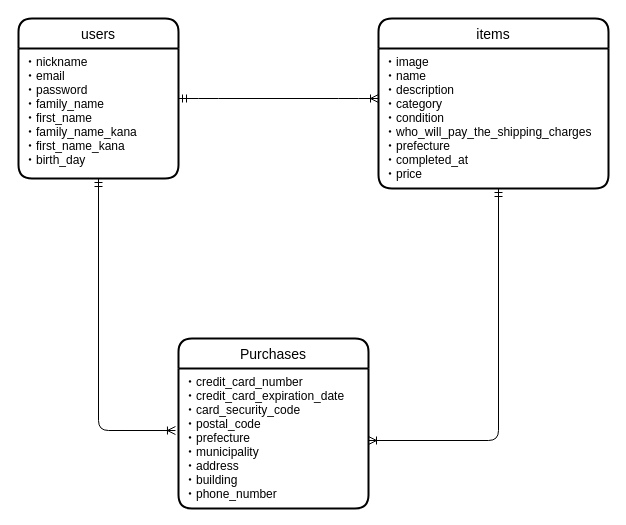
Above: app/views/furima-31519.dio in takuya20201003/furima-31519 (draw.io), before the change. Source tidied: cells renumbered, new cells numbered last; positions are measured from the earlier drawing's top-left corner, leaving out a move shared by most shapes. Both pictures are drawn from the tidied source at 100%, with x=0, y=0 at pixel (18, 18).
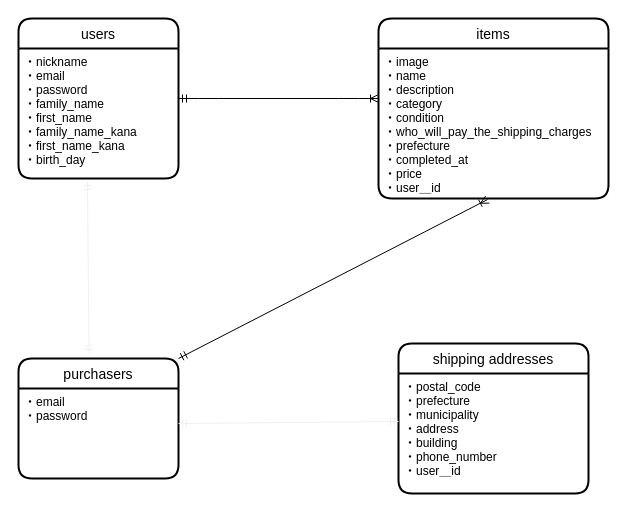
After the change.

The edit, as a diff of the source:
```diff
@@
 <mxGraphModel>
   <root>
     <mxCell id="0" />
     <mxCell id="1" parent="0" />
     <mxCell id="2" value="users" style="swimlane;horizontal=1;startSize=30;rounded=1;fontSize=14;fontStyle=0;strokeWidth=2;shadow=0;dashed=0;align=center;" parent="1" vertex="1">
       <mxGeometry width="160" height="160" as="geometry" />
     </mxCell>
     <mxCell id="3" value="・nickname&#10;・email&#10;・password&#10;・family_name&#10;・first_name&#10;・family_name_kana&#10;・first_name_kana&#10;・birth_day" style="align=left;strokeColor=none;fillColor=none;spacingLeft=4;fontSize=12;verticalAlign=top;" parent="2" vertex="1">
       <mxGeometry y="30" width="160" height="130" as="geometry" />
     </mxCell>
     <mxCell id="4" value="items" style="swimlane;horizontal=1;startSize=30;rounded=1;fontSize=14;fontStyle=0;strokeWidth=2;shadow=0;dashed=0;align=center;" parent="1" vertex="1">
-      <mxGeometry x="360" width="230" height="170" as="geometry" />
+      <mxGeometry x="360" width="230" height="180" as="geometry" />
     </mxCell>
-    <mxCell id="5" value="・image&#10;・name&#10;・description&#10;・category&#10;・condition&#10;・who_will_pay_the_shipping_charges&#10;・prefecture&#10;・completed_at&#10;・price&#10;&#10;&#10;&#10;" style="align=left;strokeColor=none;fillColor=none;spacingLeft=4;fontSize=12;verticalAlign=top;" parent="4" vertex="1">
-      <mxGeometry y="30" width="230" height="140" as="geometry" />
+    <mxCell id="5" value="・image&#10;・name&#10;・description&#10;・category&#10;・condition&#10;・who_will_pay_the_shipping_charges&#10;・prefecture&#10;・completed_at&#10;・price&#10;・user＿id&#10;&#10;&#10;&#10;" style="align=left;strokeColor=none;fillColor=none;spacingLeft=4;fontSize=12;verticalAlign=top;" parent="4" vertex="1">
+      <mxGeometry y="30" width="230" height="150" as="geometry" />
     </mxCell>
-    <mxCell id="6" value="Purchases" style="swimlane;horizontal=1;startSize=30;rounded=1;fontSize=14;fontStyle=0;strokeWidth=2;shadow=0;dashed=0;align=center;" parent="1" vertex="1">
-      <mxGeometry x="160" y="320" width="190" height="170" as="geometry" />
+    <mxCell id="6" value="shipping addresses" style="swimlane;horizontal=1;startSize=30;rounded=1;fontSize=14;fontStyle=0;strokeWidth=2;shadow=0;dashed=0;align=center;" parent="1" vertex="1">
+      <mxGeometry x="380" y="325" width="190" height="150" as="geometry" />
     </mxCell>
-    <mxCell id="7" value="・credit_card_number&#10;・credit_card_expiration_date&#10;・card_security_code&#10;・postal_code&#10;・prefecture&#10;・municipality&#10;・address&#10;・building&#10;・phone_number&#10;&#10;&#10;&#10;" style="align=left;strokeColor=none;fillColor=none;spacingLeft=4;fontSize=12;verticalAlign=top;" parent="6" vertex="1">
-      <mxGeometry y="30" width="190" height="140" as="geometry" />
+    <mxCell id="7" value="・postal_code&#10;・prefecture&#10;・municipality&#10;・address&#10;・building&#10;・phone_number&#10;・user＿id&#10;&#10;&#10;&#10;" style="align=left;strokeColor=none;fillColor=none;spacingLeft=4;fontSize=12;verticalAlign=top;" parent="6" vertex="1">
+      <mxGeometry y="30" width="190" height="120" as="geometry" />
     </mxCell>
     <mxCell id="8" style="edgeStyle=entityRelationEdgeStyle;fontSize=12;html=1;endArrow=ERoneToMany;startArrow=ERmandOne;" parent="1" edge="1">
       <mxGeometry relative="1" as="geometry">
         <mxPoint x="160" y="80" as="sourcePoint" />
         <mxPoint x="360" y="80" as="targetPoint" />
       </mxGeometry>
     </mxCell>
-    <mxCell id="9" style="fontSize=12;html=1;endArrow=ERoneToMany;startArrow=ERmandOne;entryX=-0.016;entryY=0.443;entryDx=0;entryDy=0;entryPerimeter=0;edgeStyle=orthogonalEdgeStyle;exitX=0.5;exitY=1;exitDx=0;exitDy=0;" parent="1" edge="1" source="3" target="7">
-      <mxGeometry relative="1" as="geometry">
-        <Array as="points">
-          <mxPoint x="80" y="412" />
-        </Array>
-      </mxGeometry>
-    </mxCell>
-    <mxCell id="10" style="fontSize=12;html=1;endArrow=ERoneToMany;startArrow=ERmandOne;edgeStyle=orthogonalEdgeStyle;exitX=0.5;exitY=1;exitDx=0;exitDy=0;" parent="1" edge="1" target="7">
-      <mxGeometry relative="1" as="geometry">
-        <mxPoint x="480" y="170" as="sourcePoint" />
-        <Array as="points">
-          <mxPoint x="480" y="422" />
-        </Array>
-      </mxGeometry>
-    </mxCell>
+    <mxCell id="11" value="purchasers" style="swimlane;horizontal=1;startSize=30;rounded=1;fontSize=14;fontStyle=0;strokeWidth=2;shadow=0;dashed=0;align=center;" parent="1" vertex="1">
+      <mxGeometry y="340" width="160" height="120" as="geometry" />
+    </mxCell>
+    <mxCell id="12" value="・email&#10;・password" style="align=left;strokeColor=none;fillColor=none;spacingLeft=4;fontSize=12;verticalAlign=top;whiteSpace=wrap;" parent="11" vertex="1">
+      <mxGeometry y="30" width="160" height="90" as="geometry" />
+    </mxCell>
+    <mxCell id="13" style="fontSize=12;html=1;endArrow=ERmandOne;startArrow=ERmandOne;strokeColor=#f0f0f0;entryX=0.431;entryY=1.023;entryDx=0;entryDy=0;exitX=0.5;exitY=0;exitDx=0;exitDy=0;entryPerimeter=0;" parent="1" edge="1" target="3">
+      <mxGeometry relative="1" as="geometry">
+        <mxPoint x="70.5" y="335" as="sourcePoint" />
+      </mxGeometry>
+    </mxCell>
+    <mxCell id="14" style="fontSize=12;html=1;endArrow=ERoneToMany;startArrow=ERmandOne;entryX=0.474;entryY=1.007;entryDx=0;entryDy=0;entryPerimeter=0;exitX=1;exitY=0;exitDx=0;exitDy=0;" parent="1" edge="1" source="11" target="5">
+      <mxGeometry relative="1" as="geometry" />
+    </mxCell>
+    <mxCell id="15" style="fontSize=12;html=1;endArrow=ERmandOne;startArrow=ERmandOne;strokeColor=#f0f0f0;entryX=0;entryY=0.4;entryDx=0;entryDy=0;exitX=1;exitY=0.389;exitDx=0;exitDy=0;exitPerimeter=0;entryPerimeter=0;" parent="1" edge="1" source="12" target="7">
+      <mxGeometry relative="1" as="geometry" />
+    </mxCell>
   </root>
 </mxGraphModel>
```
